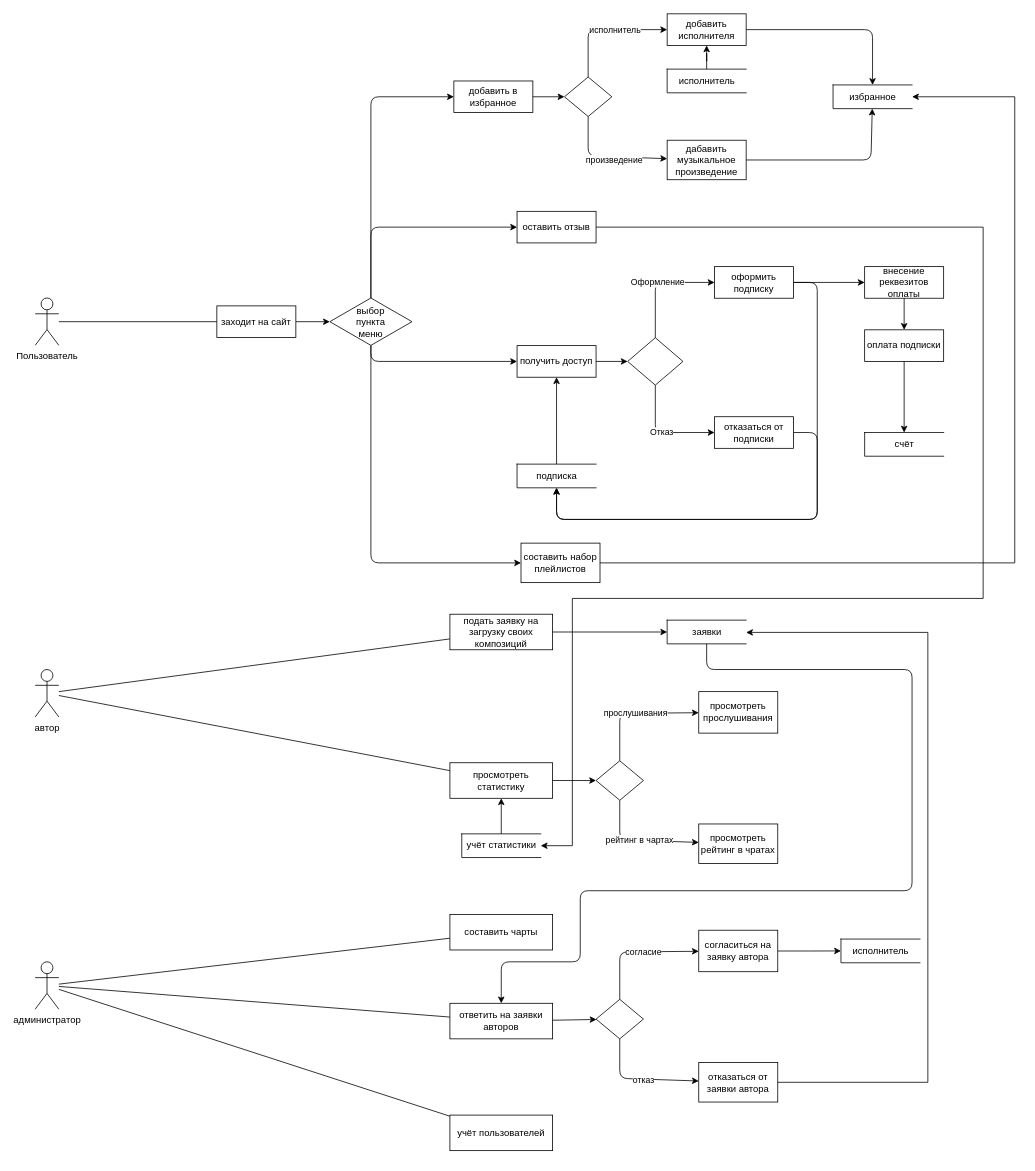
Before: DFD_MusicLibrary.drawio in Arina-Skildeeva/Description-, a draw.io diagram. Source tidied: cells renumbered, new cells numbered last; positions are measured from the earlier drawing's top-left corner, leaving out a move shared by most shapes. Both pictures are drawn from the tidied source at 79%, with x=0, y=0 at pixel (35, 13).
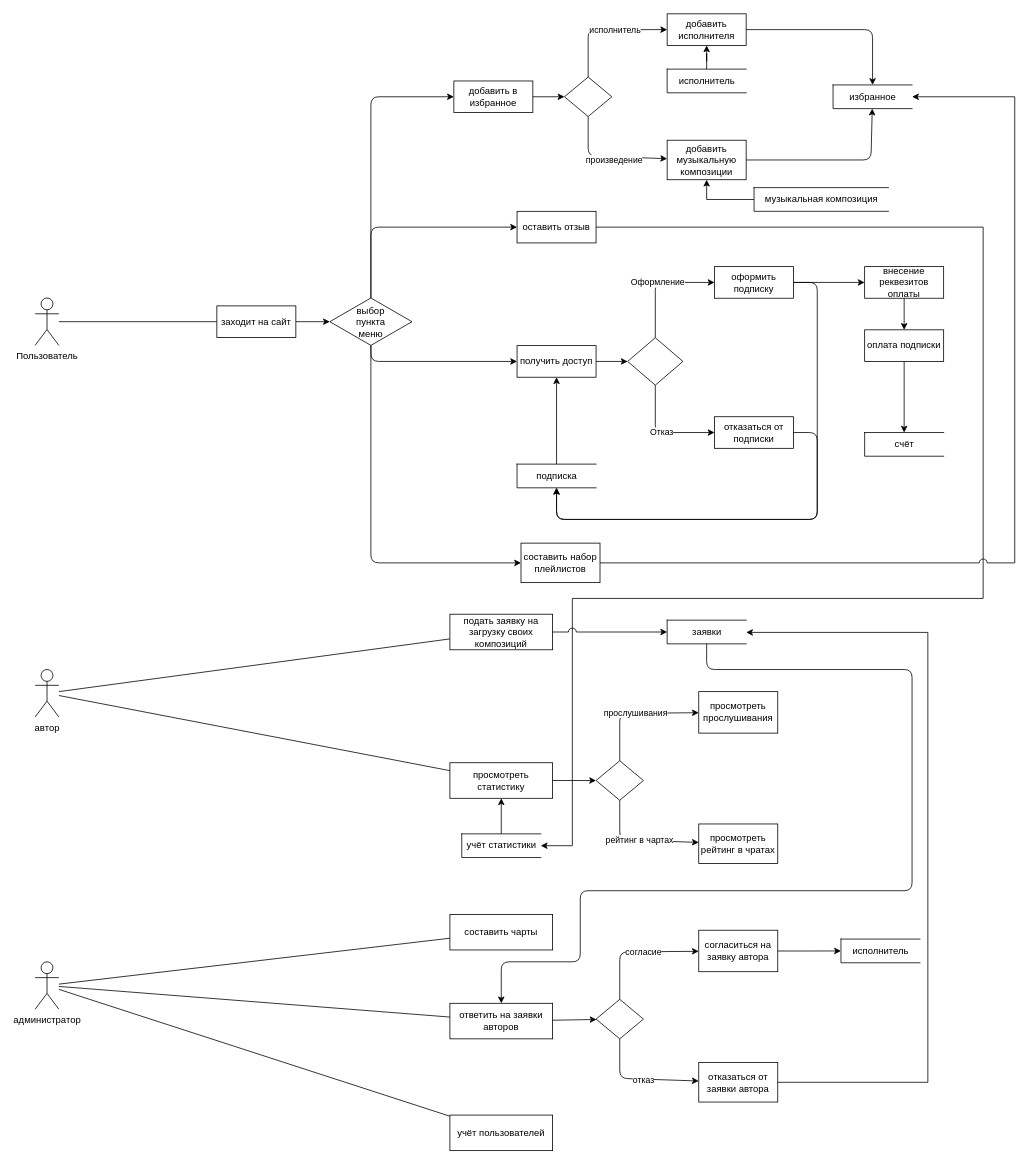
Above is the later version.

The change refers to these unchanged cells:
```xml
<mxCell id="9" value="оставить отзыв" style="rounded=0;whiteSpace=wrap;html=1;" parent="1" vertex="1">
  <mxGeometry x="610" y="250" width="100" height="40" as="geometry" />
</mxCell>
<mxCell id="29" value="избранное" style="html=1;dashed=0;whitespace=wrap;shape=partialRectangle;right=0;" parent="1" vertex="1">
  <mxGeometry x="1010" y="90" width="100" height="30" as="geometry" />
</mxCell>
<mxCell id="33" value="составить набор плейлистов" style="rounded=0;whiteSpace=wrap;html=1;" parent="1" vertex="1">
  <mxGeometry x="615" y="670" width="100" height="50" as="geometry" />
</mxCell>
<mxCell id="35" value="подать заявку на загрузку своих композиций" style="rounded=0;whiteSpace=wrap;html=1;" parent="1" vertex="1">
  <mxGeometry x="525" y="760" width="130" height="45" as="geometry" />
</mxCell>
<mxCell id="37" value="учёт статистики" style="html=1;dashed=0;whitespace=wrap;shape=partialRectangle;right=0;" parent="1" vertex="1">
  <mxGeometry x="540" y="1038" width="100" height="30" as="geometry" />
</mxCell>
<mxCell id="47" value="заявки" style="html=1;dashed=0;whitespace=wrap;shape=partialRectangle;right=0;" parent="1" vertex="1">
  <mxGeometry x="800" y="767.5" width="100" height="30" as="geometry" />
</mxCell>
```

What changed in the source:
```diff
@@
-    <mxCell id="8" style="edgeStyle=orthogonalEdgeStyle;rounded=0;jettySize=auto;html=1;entryX=1;entryY=0.5;entryDx=0;entryDy=0;" parent="1" edge="1" source="9" target="37">
+    <mxCell id="8" style="edgeStyle=orthogonalEdgeStyle;rounded=0;jettySize=auto;html=1;entryX=1;entryY=0.5;entryDx=0;entryDy=0;jumpStyle=arc;jumpSize=10;" parent="1" edge="1" source="9" target="37">
       <mxGeometry relative="1" as="geometry">
         <Array as="points">
           <mxPoint x="1200" y="270" />
           <mxPoint x="1200" y="740" />
           <mxPoint x="680" y="740" />
           <mxPoint x="680" y="1053" />
         </Array>
       </mxGeometry>
     </mxCell>
@@
-    <mxCell id="27" value="дабавить музыкальное произведение" style="rounded=0;whiteSpace=wrap;html=1;" parent="1" vertex="1">
+    <mxCell id="27" value="добавить музыкальную композиции" style="rounded=0;whiteSpace=wrap;html=1;" parent="1" vertex="1">
       <mxGeometry x="800" y="160" width="100" height="50" as="geometry" />
     </mxCell>
@@
-    <mxCell id="32" style="edgeStyle=orthogonalEdgeStyle;rounded=0;jettySize=auto;html=1;entryX=1;entryY=0.5;entryDx=0;entryDy=0;" parent="1" edge="1" source="33" target="29">
+    <mxCell id="32" style="edgeStyle=orthogonalEdgeStyle;rounded=0;jettySize=auto;html=1;entryX=1;entryY=0.5;entryDx=0;entryDy=0;jumpStyle=arc;jumpSize=10;" parent="1" edge="1" source="33" target="29">
       <mxGeometry relative="1" as="geometry">
         <Array as="points">
           <mxPoint x="1240" y="695" />
           <mxPoint x="1240" y="105" />
         </Array>
       </mxGeometry>
     </mxCell>
@@
-    <mxCell id="48" style="endArrow=classic;html=1;" parent="1" edge="1" source="35" target="47">
+    <mxCell id="48" style="endArrow=classic;html=1;jumpStyle=arc;jumpSize=10;" parent="1" edge="1" source="35" target="47">
       <mxGeometry relative="1" as="geometry" />
     </mxCell>
@@
+    <mxCell id="84" style="edgeStyle=orthogonalEdgeStyle;rounded=0;jumpStyle=arc;jumpSize=10;jettySize=auto;html=1;entryX=0.5;entryY=1;entryDx=0;entryDy=0;" parent="1" edge="1" source="85" target="27">
+      <mxGeometry relative="1" as="geometry" />
+    </mxCell>
+    <mxCell id="85" value="музыкальная композиция" style="html=1;dashed=0;whitespace=wrap;shape=partialRectangle;right=0;" parent="1" vertex="1">
+      <mxGeometry x="910" y="220" width="170" height="30" as="geometry" />
+    </mxCell>
```
